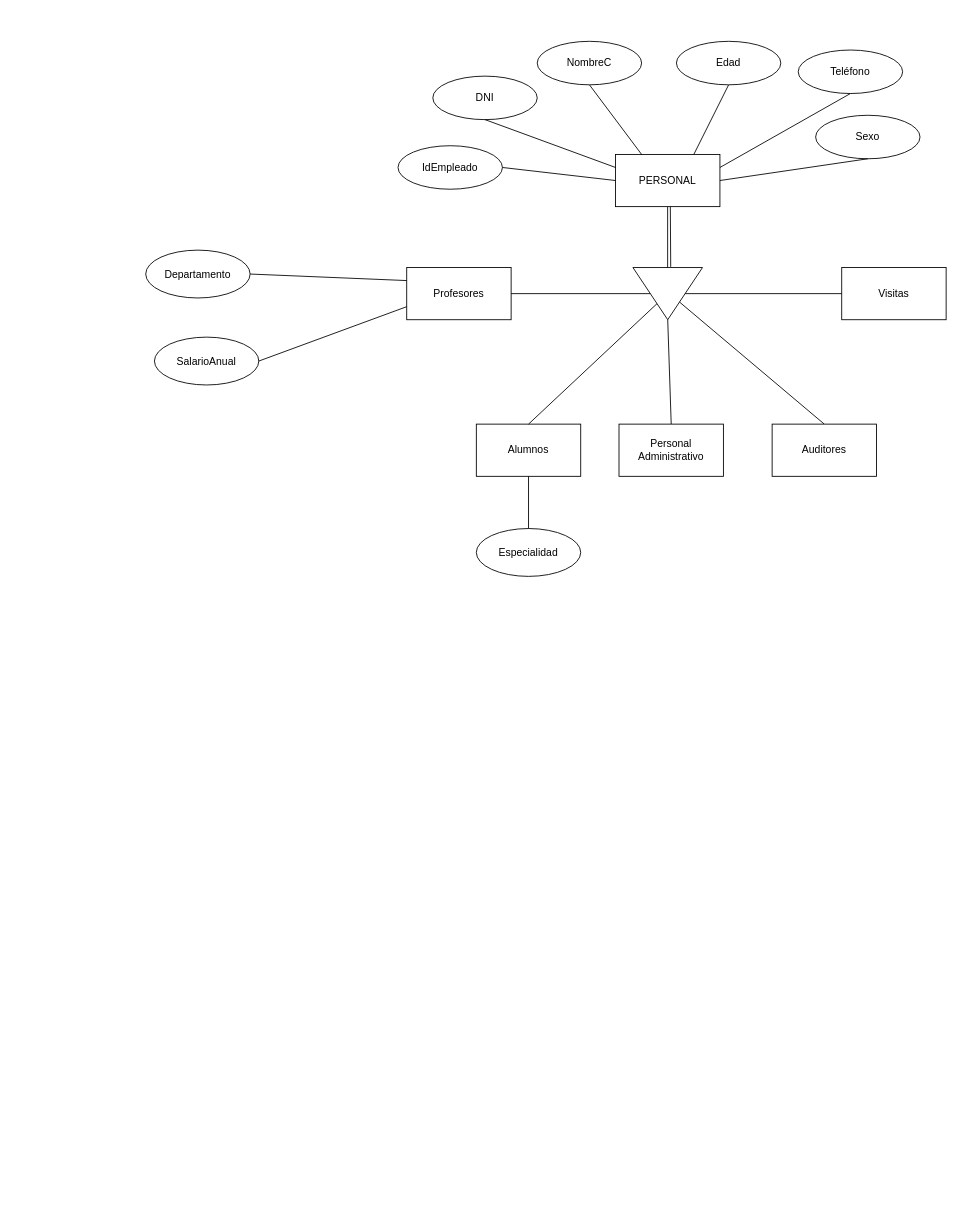
The draw.io diagram Diagrama sin título.drawio in carlospomadev/Base_de_datos, before the edit. Source tidied: cells renumbered, new cells numbered last; positions are measured from the earlier drawing's top-left corner, leaving out a move shared by most shapes. Both pictures are drawn from the tidied source at 87%, with x=0, y=0 at pixel (145, 41).
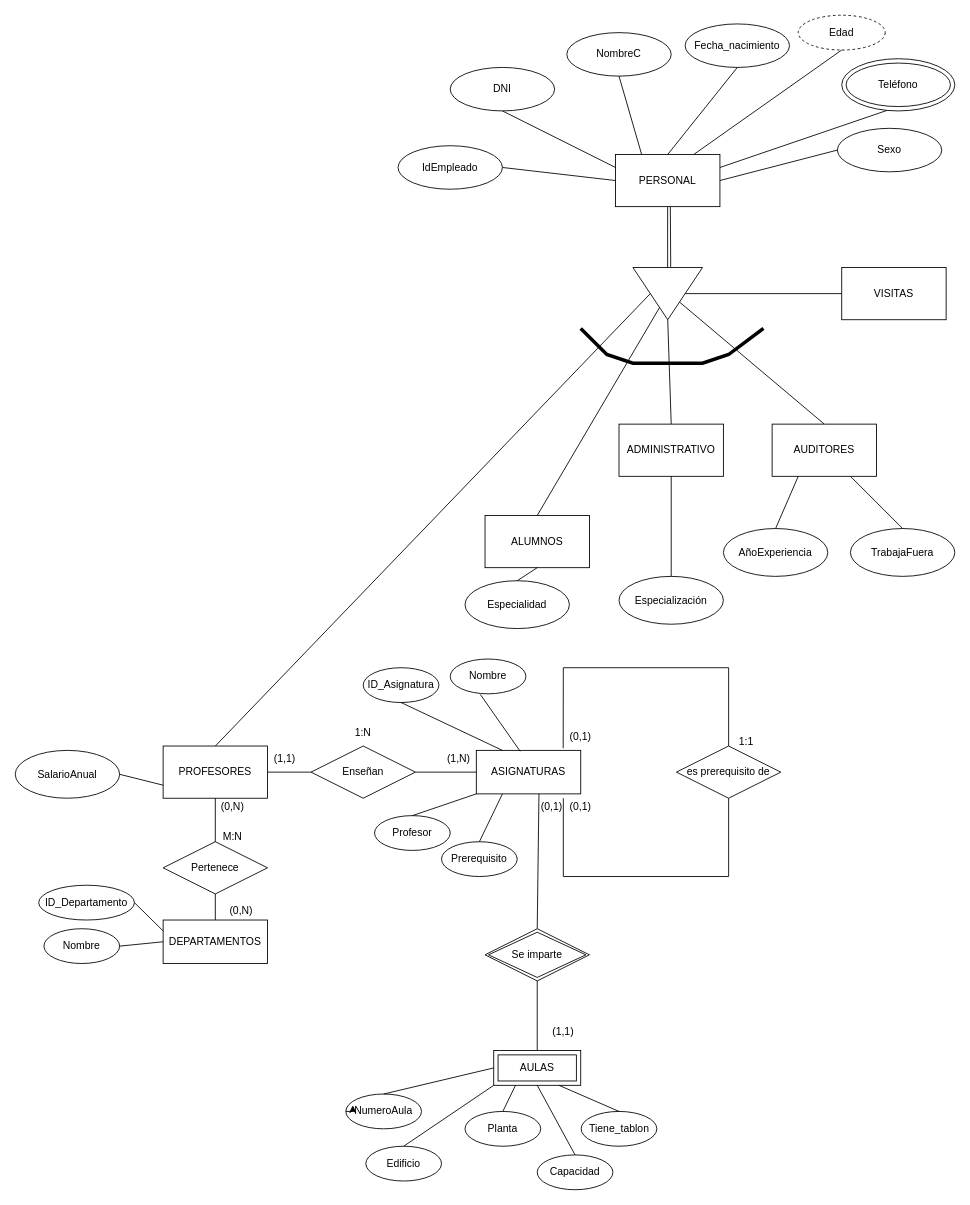
Above is the later version.

The change refers to these unchanged cells:
```xml
<mxCell id="2" value="PERSONAL" style="rounded=0;whiteSpace=wrap;html=1;" parent="1" vertex="1">
  <mxGeometry x="540" y="130" width="120" height="60" as="geometry" />
</mxCell>
<mxCell id="3" style="triangle;whiteSpace=wrap;html=1;rounded=0;rotation=90;" parent="1" vertex="1">
  <mxGeometry x="570" y="250" width="60" height="80" as="geometry" />
</mxCell>
```

The edit, as a diff of the source:
```diff
@@
-    <mxCell id="4" value="Alumnos" style="whiteSpace=wrap;html=1;rounded=0;" parent="1" vertex="1">
-      <mxGeometry x="380" y="440" width="120" height="60" as="geometry" />
+    <mxCell id="4" value="ALUMNOS" style="whiteSpace=wrap;html=1;rounded=0;" parent="1" vertex="1">
+      <mxGeometry x="390" y="545" width="120" height="60" as="geometry" />
     </mxCell>
@@
-    <mxCell id="7" value="Profesores" style="whiteSpace=wrap;html=1;rounded=0;" parent="1" vertex="1">
-      <mxGeometry x="300" y="260" width="120" height="60" as="geometry" />
+    <mxCell id="7" value="PROFESORES" style="whiteSpace=wrap;html=1;rounded=0;" parent="1" vertex="1">
+      <mxGeometry x="20" y="810" width="120" height="60" as="geometry" />
     </mxCell>
-    <mxCell id="8" value="Visitas" style="whiteSpace=wrap;html=1;rounded=0;" parent="1" vertex="1">
+    <mxCell id="8" value="VISITAS" style="whiteSpace=wrap;html=1;rounded=0;" parent="1" vertex="1">
       <mxGeometry x="800" y="260" width="120" height="60" as="geometry" />
     </mxCell>
@@
-    <mxCell id="10" value="Auditores" style="rounded=0;whiteSpace=wrap;html=1;" parent="1" vertex="1">
+    <mxCell id="10" value="AUDITORES" style="rounded=0;whiteSpace=wrap;html=1;" parent="1" vertex="1">
       <mxGeometry x="720" y="440" width="120" height="60" as="geometry" />
     </mxCell>
@@
-    <mxCell id="12" style="endArrow=none;html=1;rounded=0;entryX=1;entryY=0.5;entryDx=0;entryDy=0;exitX=0.5;exitY=0;exitDx=0;exitDy=0;" parent="1" edge="1" source="13" target="3">
-      <mxGeometry relative="1" as="geometry" />
-    </mxCell>
-    <mxCell id="13" value="Personal Administrativo" style="rounded=0;whiteSpace=wrap;html=1;" parent="1" vertex="1">
+    <mxCell id="13" value="ADMINISTRATIVO" style="rounded=0;whiteSpace=wrap;html=1;" parent="1" vertex="1">
       <mxGeometry x="544" y="440" width="120" height="60" as="geometry" />
     </mxCell>
-    <mxCell id="14" style="endArrow=none;html=1;rounded=0;entryX=0.5;entryY=1;entryDx=0;entryDy=0;exitX=1;exitY=0.5;exitDx=0;exitDy=0;" parent="1" edge="1" source="7" target="3">
+    <mxCell id="14" style="endArrow=none;html=1;rounded=0;entryX=0.5;entryY=1;entryDx=0;entryDy=0;exitX=0.5;exitY=0;exitDx=0;exitDy=0;" parent="1" edge="1" source="7" target="3">
       <mxGeometry relative="1" as="geometry" />
     </mxCell>
@@
     <mxCell id="16" value="DNI" style="ellipse;whiteSpace=wrap;html=1;" parent="1" vertex="1">
-      <mxGeometry x="330" y="40" width="120" height="50" as="geometry" />
+      <mxGeometry x="350" y="30" width="120" height="50" as="geometry" />
     </mxCell>
     <mxCell id="17" value="NombreC" style="ellipse;whiteSpace=wrap;html=1;" parent="1" vertex="1">
-      <mxGeometry x="450" width="120" height="50" as="geometry" />
+      <mxGeometry x="484" y="-10" width="120" height="50" as="geometry" />
     </mxCell>
-    <mxCell id="18" value="Edad" style="ellipse;whiteSpace=wrap;html=1;" parent="1" vertex="1">
-      <mxGeometry x="610" width="120" height="50" as="geometry" />
+    <mxCell id="18" value="Fecha_nacimiento" style="ellipse;whiteSpace=wrap;html=1;" parent="1" vertex="1">
+      <mxGeometry x="620" y="-20" width="120" height="50" as="geometry" />
     </mxCell>
-    <mxCell id="19" value="Teléfono" style="ellipse;whiteSpace=wrap;html=1;" parent="1" vertex="1">
-      <mxGeometry x="750" y="10" width="120" height="50" as="geometry" />
-    </mxCell>
@@
     <mxCell id="21" value="Sexo" style="ellipse;whiteSpace=wrap;html=1;" parent="1" vertex="1">
-      <mxGeometry x="770" y="85" width="120" height="50" as="geometry" />
+      <mxGeometry x="795" y="100" width="120" height="50" as="geometry" />
     </mxCell>
@@
-    <mxCell id="25" style="endArrow=none;html=1;rounded=0;entryX=0.5;entryY=1;entryDx=0;entryDy=0;exitX=0.75;exitY=0;exitDx=0;exitDy=0;" parent="1" edge="1" source="2" target="18">
+    <mxCell id="25" style="endArrow=none;html=1;rounded=0;entryX=0.5;entryY=1;entryDx=0;entryDy=0;exitX=0.5;exitY=0;exitDx=0;exitDy=0;" parent="1" edge="1" source="2" target="18">
       <mxGeometry relative="1" as="geometry" />
     </mxCell>
@@
-    <mxCell id="27" style="endArrow=none;html=1;rounded=0;exitX=1;exitY=0.5;exitDx=0;exitDy=0;entryX=0.5;entryY=1;entryDx=0;entryDy=0;" parent="1" edge="1" source="2" target="21">
+    <mxCell id="27" style="endArrow=none;html=1;rounded=0;exitX=1;exitY=0.5;exitDx=0;exitDy=0;entryX=0;entryY=0.5;entryDx=0;entryDy=0;" parent="1" edge="1" source="2" target="21">
       <mxGeometry relative="1" as="geometry" />
     </mxCell>
     <mxCell id="28" value="Especialidad" style="ellipse;whiteSpace=wrap;html=1;" parent="1" vertex="1">
-      <mxGeometry x="380" y="560" width="120" height="55" as="geometry" />
+      <mxGeometry x="367" y="620" width="120" height="55" as="geometry" />
     </mxCell>
@@
-    <mxCell id="30" value="Departamento" style="ellipse;whiteSpace=wrap;html=1;" parent="1" vertex="1">
-      <mxGeometry y="240" width="120" height="55" as="geometry" />
-    </mxCell>
     <mxCell id="31" value="SalarioAnual" style="ellipse;whiteSpace=wrap;html=1;" parent="1" vertex="1">
-      <mxGeometry x="10" y="340" width="120" height="55" as="geometry" />
+      <mxGeometry x="-150" y="815" width="120" height="55" as="geometry" />
     </mxCell>
-    <mxCell id="32" style="endArrow=none;html=1;rounded=0;entryX=0;entryY=0.25;entryDx=0;entryDy=0;exitX=1;exitY=0.5;exitDx=0;exitDy=0;" parent="1" edge="1" source="30" target="7">
-      <mxGeometry relative="1" as="geometry" />
+    <mxCell id="32" style="endArrow=none;html=1;rounded=0;entryX=0.5;entryY=1;entryDx=0;entryDy=0;" parent="1" edge="1" target="7">
+      <mxGeometry relative="1" as="geometry">
+        <mxPoint x="80" y="960" as="sourcePoint" />
+      </mxGeometry>
     </mxCell>
@@
+    <mxCell id="34" value="Especialización" style="ellipse;whiteSpace=wrap;html=1;" parent="1" vertex="1">
+      <mxGeometry x="544" y="615" width="120" height="55" as="geometry" />
+    </mxCell>
+    <mxCell id="35" style="endArrow=none;html=1;rounded=0;entryX=0.5;entryY=1;entryDx=0;entryDy=0;exitX=0.5;exitY=0;exitDx=0;exitDy=0;" parent="1" edge="1" source="34" target="13">
+      <mxGeometry relative="1" as="geometry" />
+    </mxCell>
+    <mxCell id="36" value="AñoExperiencia" style="ellipse;whiteSpace=wrap;html=1;" parent="1" vertex="1">
+      <mxGeometry x="664" y="560" width="120" height="55" as="geometry" />
+    </mxCell>
+    <mxCell id="37" value="TrabajaFuera" style="ellipse;whiteSpace=wrap;html=1;" parent="1" vertex="1">
+      <mxGeometry x="810" y="560" width="120" height="55" as="geometry" />
+    </mxCell>
+    <mxCell id="38" style="endArrow=none;html=1;rounded=0;entryX=0.25;entryY=1;entryDx=0;entryDy=0;exitX=0.5;exitY=0;exitDx=0;exitDy=0;" parent="1" edge="1" source="36" target="10">
+      <mxGeometry relative="1" as="geometry" />
+    </mxCell>
+    <mxCell id="39" style="endArrow=none;html=1;rounded=0;entryX=0.75;entryY=1;entryDx=0;entryDy=0;exitX=0.5;exitY=0;exitDx=0;exitDy=0;" parent="1" edge="1" source="37" target="10">
+      <mxGeometry relative="1" as="geometry" />
+    </mxCell>
+    <mxCell id="40" style="group;" parent="1" vertex="1">
+      <mxGeometry x="800" y="20" width="130" height="60" as="geometry" />
+    </mxCell>
+    <mxCell id="41" style="ellipse;whiteSpace=wrap;html=1;" parent="40" vertex="1">
+      <mxGeometry width="130" height="60" as="geometry" />
+    </mxCell>
+    <mxCell id="19" value="Teléfono" style="ellipse;whiteSpace=wrap;html=1;" parent="40" vertex="1">
+      <mxGeometry x="5" y="5" width="120" height="50" as="geometry" />
+    </mxCell>
+    <mxCell id="42" value="Edad" style="ellipse;whiteSpace=wrap;html=1;align=center;dashed=1;" parent="1" vertex="1">
+      <mxGeometry x="750" y="-30" width="100" height="40" as="geometry" />
+    </mxCell>
+    <mxCell id="43" style="endArrow=none;html=1;rounded=0;entryX=0.5;entryY=1;entryDx=0;entryDy=0;exitX=0.75;exitY=0;exitDx=0;exitDy=0;" parent="1" edge="1" source="2" target="42">
+      <mxGeometry relative="1" as="geometry" />
+    </mxCell>
+    <mxCell id="12" style="endArrow=none;html=1;rounded=0;entryX=1;entryY=0.5;entryDx=0;entryDy=0;exitX=0.5;exitY=0;exitDx=0;exitDy=0;" parent="1" edge="1" source="13" target="3">
+      <mxGeometry relative="1" as="geometry" />
+    </mxCell>
+    <mxCell id="44" style="endArrow=none;html=1;rounded=0;strokeWidth=4;" parent="1" edge="1">
+      <mxGeometry relative="1" as="geometry">
+        <mxPoint x="500" y="330" as="sourcePoint" />
+        <mxPoint x="710" y="330" as="targetPoint" />
+        <Array as="points">
+          <mxPoint x="530" y="360" />
+          <mxPoint x="560" y="370" />
+          <mxPoint x="600" y="370" />
+          <mxPoint x="640" y="370" />
+          <mxPoint x="670" y="360" />
+        </Array>
+      </mxGeometry>
+    </mxCell>
+    <mxCell id="45" value="Enseñan" style="shape=rhombus;perimeter=rhombusPerimeter;whiteSpace=wrap;html=1;align=center;" parent="1" vertex="1">
+      <mxGeometry x="190" y="810" width="120" height="60" as="geometry" />
+    </mxCell>
+    <mxCell id="46" style="endArrow=none;html=1;rounded=0;exitX=1;exitY=0.5;exitDx=0;exitDy=0;entryX=0;entryY=0.5;entryDx=0;entryDy=0;" parent="1" edge="1" source="7" target="45">
+      <mxGeometry relative="1" as="geometry" />
+    </mxCell>
+    <mxCell id="47" value="ASIGNATURAS" style="whiteSpace=wrap;html=1;align=center;" parent="1" vertex="1">
+      <mxGeometry x="380" y="815" width="120" height="50" as="geometry" />
+    </mxCell>
+    <mxCell id="48" style="endArrow=none;html=1;rounded=0;entryX=0;entryY=0.5;entryDx=0;entryDy=0;" parent="1" edge="1" source="45" target="47">
+      <mxGeometry relative="1" as="geometry" />
+    </mxCell>
+    <mxCell id="49" value="(0,1)" style="text;html=1;align=center;verticalAlign=middle;whiteSpace=wrap;rounded=0;" parent="1" vertex="1">
+      <mxGeometry x="470" y="870" width="60" height="20" as="geometry" />
+    </mxCell>
+    <mxCell id="50" value="(1,1)" style="text;html=1;align=center;verticalAlign=middle;whiteSpace=wrap;rounded=0;" parent="1" vertex="1">
+      <mxGeometry x="130" y="815" width="60" height="20" as="geometry" />
+    </mxCell>
+    <mxCell id="51" value="1:N" style="text;html=1;align=center;verticalAlign=middle;whiteSpace=wrap;rounded=0;" parent="1" vertex="1">
+      <mxGeometry x="220" y="780" width="60" height="30" as="geometry" />
+    </mxCell>
+    <mxCell id="52" value="ID_Asignatura" style="ellipse;whiteSpace=wrap;html=1;" parent="1" vertex="1">
+      <mxGeometry x="250" y="720" width="87" height="40" as="geometry" />
+    </mxCell>
+    <mxCell id="53" value="Nombre" style="ellipse;whiteSpace=wrap;html=1;" parent="1" vertex="1">
+      <mxGeometry x="350" y="710" width="87" height="40" as="geometry" />
+    </mxCell>
+    <mxCell id="54" style="endArrow=none;html=1;rounded=0;entryX=0.5;entryY=1;entryDx=0;entryDy=0;exitX=0.25;exitY=0;exitDx=0;exitDy=0;" parent="1" edge="1" source="47" target="52">
+      <mxGeometry relative="1" as="geometry" />
+    </mxCell>
+    <mxCell id="55" style="endArrow=none;html=1;rounded=0;entryX=0.397;entryY=1.015;entryDx=0;entryDy=0;entryPerimeter=0;exitX=0.42;exitY=0.021;exitDx=0;exitDy=0;exitPerimeter=0;" parent="1" edge="1" source="47" target="53">
+      <mxGeometry relative="1" as="geometry" />
+    </mxCell>
+    <mxCell id="56" value="DEPARTAMENTOS" style="whiteSpace=wrap;html=1;align=center;" parent="1" vertex="1">
+      <mxGeometry x="20" y="1010" width="120" height="50" as="geometry" />
+    </mxCell>
+    <mxCell id="57" value="Pertenece" style="shape=rhombus;perimeter=rhombusPerimeter;whiteSpace=wrap;html=1;align=center;" parent="1" vertex="1">
+      <mxGeometry x="20" y="920" width="120" height="60" as="geometry" />
+    </mxCell>
+    <mxCell id="58" style="endArrow=none;html=1;rounded=0;entryX=0.5;entryY=1;entryDx=0;entryDy=0;" parent="1" edge="1" source="56" target="57">
+      <mxGeometry relative="1" as="geometry" />
+    </mxCell>
+    <mxCell id="59" value="ID_Departamento" style="ellipse;whiteSpace=wrap;html=1;" parent="1" vertex="1">
+      <mxGeometry x="-123" y="970" width="110" height="40" as="geometry" />
+    </mxCell>
+    <mxCell id="60" value="Nombre" style="ellipse;whiteSpace=wrap;html=1;" parent="1" vertex="1">
+      <mxGeometry x="-117" y="1020" width="87" height="40" as="geometry" />
+    </mxCell>
+    <mxCell id="61" style="endArrow=none;html=1;rounded=0;entryX=1;entryY=0.5;entryDx=0;entryDy=0;exitX=0;exitY=0.25;exitDx=0;exitDy=0;" parent="1" edge="1" source="56" target="59">
+      <mxGeometry relative="1" as="geometry" />
+    </mxCell>
+    <mxCell id="62" style="endArrow=none;html=1;rounded=0;exitX=1;exitY=0.5;exitDx=0;exitDy=0;entryX=0;entryY=0.5;entryDx=0;entryDy=0;" parent="1" edge="1" source="60" target="56">
+      <mxGeometry relative="1" as="geometry" />
+    </mxCell>
+    <mxCell id="63" value="(0,N)" style="text;html=1;align=center;verticalAlign=middle;whiteSpace=wrap;rounded=0;" parent="1" vertex="1">
+      <mxGeometry x="80" y="990" width="60" height="20" as="geometry" />
+    </mxCell>
+    <mxCell id="64" value="(0,N)" style="text;html=1;align=center;verticalAlign=middle;whiteSpace=wrap;rounded=0;" parent="1" vertex="1">
+      <mxGeometry x="70" y="870" width="60" height="20" as="geometry" />
+    </mxCell>
+    <mxCell id="65" value="M:N" style="text;html=1;align=center;verticalAlign=middle;whiteSpace=wrap;rounded=0;" parent="1" vertex="1">
+      <mxGeometry x="70" y="900" width="60" height="30" as="geometry" />
+    </mxCell>
+    <mxCell id="66" value="es prerequisito de" style="shape=rhombus;perimeter=rhombusPerimeter;whiteSpace=wrap;html=1;align=center;" parent="1" vertex="1">
+      <mxGeometry x="610" y="810" width="120" height="60" as="geometry" />
+    </mxCell>
+    <mxCell id="67" style="endArrow=none;html=1;rounded=0;entryX=0.5;entryY=0;entryDx=0;entryDy=0;exitX=0.832;exitY=-0.049;exitDx=0;exitDy=0;exitPerimeter=0;" parent="1" edge="1" source="47" target="66">
+      <mxGeometry relative="1" as="geometry">
+        <Array as="points">
+          <mxPoint x="480" y="720" />
+          <mxPoint x="670" y="720" />
+        </Array>
+      </mxGeometry>
+    </mxCell>
+    <mxCell id="68" style="endArrow=none;html=1;rounded=0;entryX=0.5;entryY=1;entryDx=0;entryDy=0;" parent="1" edge="1" target="66">
+      <mxGeometry relative="1" as="geometry">
+        <mxPoint x="480" y="870" as="sourcePoint" />
+        <Array as="points">
+          <mxPoint x="480" y="960" />
+          <mxPoint x="670" y="960" />
+        </Array>
+      </mxGeometry>
+    </mxCell>
+    <mxCell id="69" value="(0,1)" style="text;html=1;align=center;verticalAlign=middle;whiteSpace=wrap;rounded=0;" parent="1" vertex="1">
+      <mxGeometry x="470" y="790" width="60" height="20" as="geometry" />
+    </mxCell>
+    <mxCell id="70" value="1:1" style="text;html=1;align=center;verticalAlign=middle;strokeColor=none;fillColor=none;" parent="1" vertex="1">
+      <mxGeometry x="670" y="790" width="40" height="30" as="geometry" />
+    </mxCell>
+    <mxCell id="71" value="Profesor" style="ellipse;whiteSpace=wrap;html=1;" parent="1" vertex="1">
+      <mxGeometry x="263" y="890" width="87" height="40" as="geometry" />
+    </mxCell>
+    <mxCell id="72" value="Prerequisito" style="ellipse;whiteSpace=wrap;html=1;" parent="1" vertex="1">
+      <mxGeometry x="340" y="920" width="87" height="40" as="geometry" />
+    </mxCell>
+    <mxCell id="73" style="endArrow=none;html=1;rounded=0;entryX=0.5;entryY=0;entryDx=0;entryDy=0;exitX=0;exitY=1;exitDx=0;exitDy=0;" parent="1" edge="1" source="47" target="71">
+      <mxGeometry relative="1" as="geometry" />
+    </mxCell>
+    <mxCell id="74" style="endArrow=none;html=1;rounded=0;exitX=0.5;exitY=0;exitDx=0;exitDy=0;entryX=0.25;entryY=1;entryDx=0;entryDy=0;" parent="1" edge="1" source="72" target="47">
+      <mxGeometry relative="1" as="geometry" />
+    </mxCell>
+    <mxCell id="75" style="endArrow=none;html=1;rounded=0;entryX=0.6;entryY=1;entryDx=0;entryDy=0;exitX=0.5;exitY=0;exitDx=0;exitDy=0;entryPerimeter=0;" parent="1" edge="1" source="78" target="47">
+      <mxGeometry relative="1" as="geometry" />
+    </mxCell>
+    <mxCell id="76" style="endArrow=none;html=1;rounded=0;entryX=0.5;entryY=1;entryDx=0;entryDy=0;exitX=0.5;exitY=0;exitDx=0;exitDy=0;" parent="1" edge="1" source="77" target="78">
+      <mxGeometry relative="1" as="geometry" />
+    </mxCell>
+    <mxCell id="77" value="AULAS" style="shape=ext;margin=3;double=1;whiteSpace=wrap;html=1;align=center;" parent="1" vertex="1">
+      <mxGeometry x="400" y="1160" width="100" height="40" as="geometry" />
+    </mxCell>
+    <mxCell id="78" value="Se imparte" style="shape=rhombus;double=1;perimeter=rhombusPerimeter;whiteSpace=wrap;html=1;align=center;" parent="1" vertex="1">
+      <mxGeometry x="390" y="1020" width="120" height="60" as="geometry" />
+    </mxCell>
+    <mxCell id="79" value="(1,N)" style="text;html=1;align=center;verticalAlign=middle;whiteSpace=wrap;rounded=0;" parent="1" vertex="1">
+      <mxGeometry x="330" y="815" width="60" height="20" as="geometry" />
+    </mxCell>
+    <mxCell id="80" value="(1,1)" style="text;html=1;align=center;verticalAlign=middle;whiteSpace=wrap;rounded=0;" parent="1" vertex="1">
+      <mxGeometry x="450" y="1129" width="60" height="20" as="geometry" />
+    </mxCell>
+    <mxCell id="81" value="(0,1)" style="text;html=1;align=center;verticalAlign=middle;whiteSpace=wrap;rounded=0;" parent="1" vertex="1">
+      <mxGeometry x="437" y="870" width="60" height="20" as="geometry" />
+    </mxCell>
+    <mxCell id="82" value="NumeroAula" style="ellipse;whiteSpace=wrap;html=1;" parent="1" vertex="1">
+      <mxGeometry x="230" y="1210" width="87" height="40" as="geometry" />
+    </mxCell>
+    <mxCell id="83" value="Capacidad" style="ellipse;whiteSpace=wrap;html=1;" parent="1" vertex="1">
+      <mxGeometry x="450" y="1280" width="87" height="40" as="geometry" />
+    </mxCell>
+    <mxCell id="84" value="Tiene_tablon" style="ellipse;whiteSpace=wrap;html=1;" parent="1" vertex="1">
+      <mxGeometry x="500.5" y="1230" width="87" height="40" as="geometry" />
+    </mxCell>
+    <mxCell id="85" value="Edificio" style="ellipse;whiteSpace=wrap;html=1;" parent="1" vertex="1">
+      <mxGeometry x="253" y="1270" width="87" height="40" as="geometry" />
+    </mxCell>
+    <mxCell id="86" value="Planta" style="ellipse;whiteSpace=wrap;html=1;" parent="1" vertex="1">
+      <mxGeometry x="367" y="1230" width="87" height="40" as="geometry" />
+    </mxCell>
+    <mxCell id="87" style="edgeStyle=orthogonalEdgeStyle;rounded=0;orthogonalLoop=1;jettySize=auto;html=1;exitX=0;exitY=0.5;exitDx=0;exitDy=0;entryX=0.092;entryY=0.325;entryDx=0;entryDy=0;entryPerimeter=0;" parent="1" edge="1" source="82" target="82">
+      <mxGeometry relative="1" as="geometry" />
+    </mxCell>
+    <mxCell id="88" style="endArrow=none;html=1;rounded=0;entryX=0;entryY=0.5;entryDx=0;entryDy=0;exitX=0.5;exitY=0;exitDx=0;exitDy=0;" parent="1" edge="1" source="82" target="77">
+      <mxGeometry relative="1" as="geometry" />
+    </mxCell>
+    <mxCell id="89" style="endArrow=none;html=1;rounded=0;entryX=0.75;entryY=1;entryDx=0;entryDy=0;exitX=0.5;exitY=0;exitDx=0;exitDy=0;" parent="1" edge="1" source="84" target="77">
+      <mxGeometry relative="1" as="geometry" />
+    </mxCell>
+    <mxCell id="90" style="endArrow=none;html=1;rounded=0;entryX=0.5;entryY=1;entryDx=0;entryDy=0;exitX=0.5;exitY=0;exitDx=0;exitDy=0;" parent="1" edge="1" source="83" target="77">
+      <mxGeometry relative="1" as="geometry" />
+    </mxCell>
+    <mxCell id="91" style="endArrow=none;html=1;rounded=0;entryX=0.25;entryY=1;entryDx=0;entryDy=0;exitX=0.5;exitY=0;exitDx=0;exitDy=0;" parent="1" edge="1" source="86" target="77">
+      <mxGeometry relative="1" as="geometry" />
+    </mxCell>
+    <mxCell id="92" style="endArrow=none;html=1;rounded=0;entryX=0;entryY=1;entryDx=0;entryDy=0;exitX=0.5;exitY=0;exitDx=0;exitDy=0;" parent="1" edge="1" source="85" target="77">
+      <mxGeometry relative="1" as="geometry" />
+    </mxCell>
```
